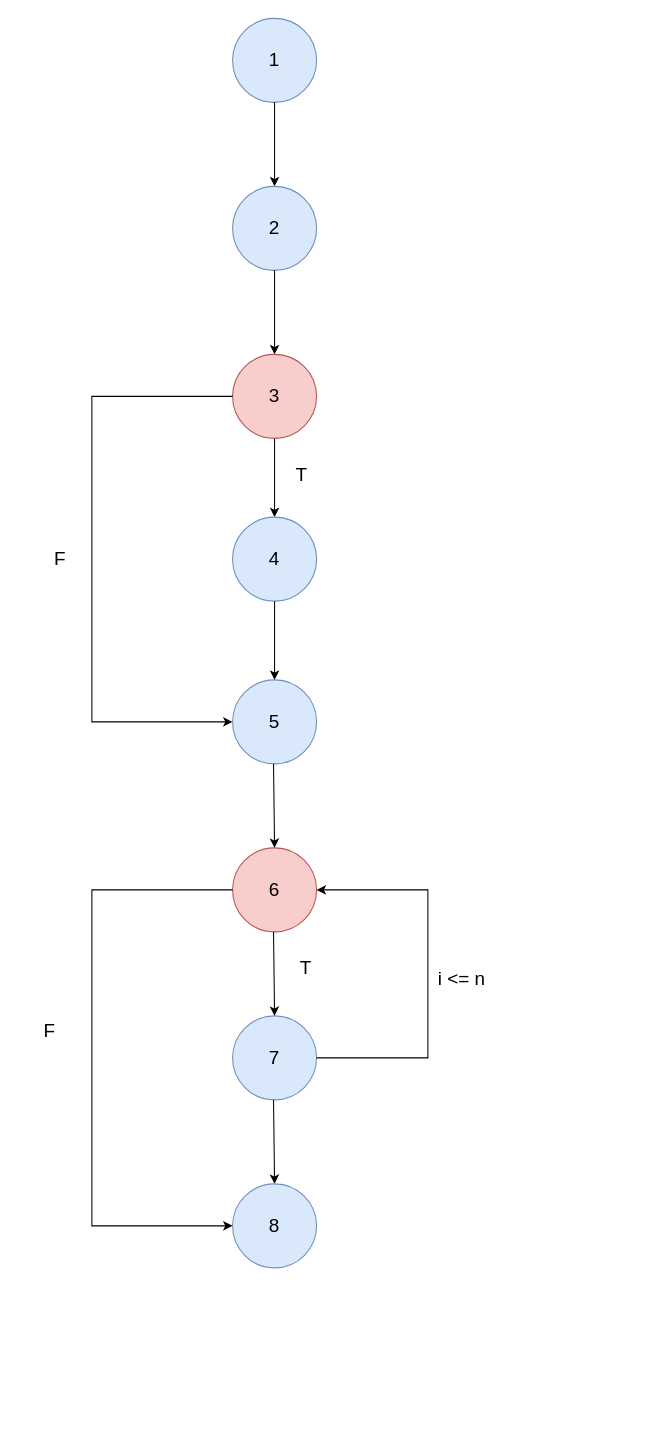
Earlier version of the draw.io diagram ContorDesenv/Grafos/grafo2.drawio (RubenAC1999/Clase). Source tidied: cells renumbered, new cells numbered last; positions are measured from the earlier drawing's top-left corner, leaving out a move shared by most shapes. Both pictures are drawn from the tidied source at 105%, with x=0, y=0 at pixel (18, 18).
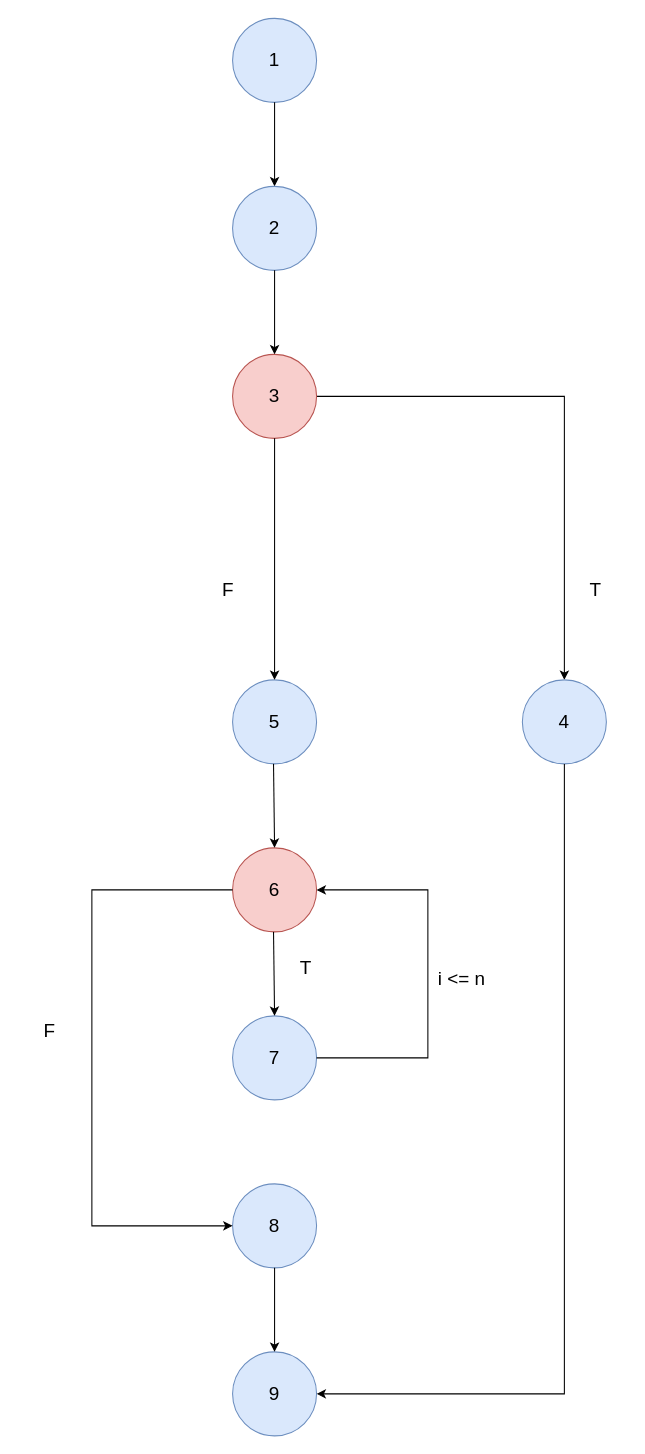
The same diagram, later.

Unchanged cells that the change refers to:
```xml
<mxCell id="6" value="&lt;font style=&quot;font-size: 18px;&quot;&gt;3&lt;/font&gt;" style="ellipse;whiteSpace=wrap;html=1;fillColor=#f8cecc;strokeColor=#b85450;" parent="1" vertex="1">
  <mxGeometry x="204" y="320" width="80" height="80" as="geometry" />
</mxCell>
<mxCell id="8" value="&lt;font style=&quot;font-size: 18px;&quot;&gt;5&lt;/font&gt;" style="ellipse;whiteSpace=wrap;html=1;fillColor=#dae8fc;strokeColor=#6c8ebf;" parent="1" vertex="1">
  <mxGeometry x="204" y="630" width="80" height="80" as="geometry" />
</mxCell>
<mxCell id="17" value="&lt;span style=&quot;font-size: 18px;&quot;&gt;8&lt;/span&gt;" style="ellipse;whiteSpace=wrap;html=1;fillColor=#dae8fc;strokeColor=#6c8ebf;" parent="1" vertex="1">
  <mxGeometry x="204" y="1110" width="80" height="80" as="geometry" />
</mxCell>
```

The edit, as a diff of the source:
```diff
@@
-    <mxCell id="2" style="endArrow=classic;html=1;rounded=0;exitX=0.5;exitY=1;exitDx=0;exitDy=0;entryX=0.5;entryY=0;entryDx=0;entryDy=0;" parent="1" edge="1" target="7">
+    <mxCell id="2" style="endArrow=classic;html=1;rounded=0;exitX=1;exitY=0.5;exitDx=0;exitDy=0;entryX=0.5;entryY=0;entryDx=0;entryDy=0;" parent="1" edge="1" source="6" target="7">
       <mxGeometry relative="1" as="geometry">
-        <mxPoint x="244" y="400" as="sourcePoint" />
+        <Array as="points">
+          <mxPoint x="520" y="360" />
+        </Array>
       </mxGeometry>
     </mxCell>
@@
     <mxCell id="7" value="&lt;font style=&quot;font-size: 18px;&quot;&gt;4&lt;/font&gt;" style="ellipse;whiteSpace=wrap;html=1;fillColor=#dae8fc;strokeColor=#6c8ebf;" parent="1" vertex="1">
-      <mxGeometry x="204" y="475" width="80" height="80" as="geometry" />
+      <mxGeometry x="480" y="630" width="80" height="80" as="geometry" />
     </mxCell>
@@
-    <mxCell id="11" style="endArrow=classic;html=1;rounded=0;exitX=0.5;exitY=1;exitDx=0;exitDy=0;entryX=0.5;entryY=0;entryDx=0;entryDy=0;" parent="1" edge="1">
-      <mxGeometry relative="1" as="geometry">
-        <mxPoint x="244" y="555" as="sourcePoint" />
-        <mxPoint x="244" y="630" as="targetPoint" />
-      </mxGeometry>
-    </mxCell>
@@
     <mxCell id="13" value="&lt;font style=&quot;font-size: 18px;&quot;&gt;T&lt;/font&gt;" style="text;html=1;strokeColor=none;fillColor=none;align=center;verticalAlign=middle;whiteSpace=wrap;rounded=0;" parent="1" vertex="1">
-      <mxGeometry x="240" y="420" width="60" height="30" as="geometry" />
+      <mxGeometry x="520" y="530" width="60" height="30" as="geometry" />
     </mxCell>
@@
-    <mxCell id="16" style="endArrow=classic;html=1;rounded=0;exitX=0.5;exitY=1;exitDx=0;exitDy=0;entryX=0.5;entryY=0;entryDx=0;entryDy=0;" parent="1" edge="1" target="17">
-      <mxGeometry relative="1" as="geometry">
-        <mxPoint x="243" y="1030" as="sourcePoint" />
-      </mxGeometry>
-    </mxCell>
@@
     <mxCell id="18" value="&lt;font style=&quot;font-size: 18px;&quot;&gt;F&lt;/font&gt;" style="text;html=1;strokeColor=none;fillColor=none;align=center;verticalAlign=middle;whiteSpace=wrap;rounded=0;" parent="1" vertex="1">
-      <mxGeometry x="10" y="500" width="60" height="30" as="geometry" />
+      <mxGeometry x="170" y="530" width="60" height="30" as="geometry" />
     </mxCell>
-    <mxCell id="19" style="endArrow=classic;html=1;rounded=0;exitX=0;exitY=0.5;exitDx=0;exitDy=0;entryX=0;entryY=0.5;entryDx=0;entryDy=0;" parent="1" edge="1" source="6" target="8">
-      <mxGeometry relative="1" as="geometry">
-        <Array as="points">
-          <mxPoint x="70" y="360" />
-          <mxPoint x="70" y="670" />
-        </Array>
-      </mxGeometry>
-    </mxCell>
@@
+    <mxCell id="19" style="endArrow=classic;html=1;rounded=0;exitX=0.5;exitY=1;exitDx=0;exitDy=0;entryX=0.5;entryY=0;entryDx=0;entryDy=0;" parent="1" edge="1" source="6" target="8">
+      <mxGeometry relative="1" as="geometry" />
+    </mxCell>
+    <mxCell id="25" value="&lt;span style=&quot;font-size: 18px;&quot;&gt;9&lt;/span&gt;" style="ellipse;whiteSpace=wrap;html=1;fillColor=#dae8fc;strokeColor=#6c8ebf;" parent="1" vertex="1">
+      <mxGeometry x="204" y="1270" width="80" height="80" as="geometry" />
+    </mxCell>
+    <mxCell id="26" style="endArrow=classic;html=1;rounded=0;exitX=0.5;exitY=1;exitDx=0;exitDy=0;entryX=1;entryY=0.5;entryDx=0;entryDy=0;" parent="1" edge="1" source="7" target="25">
+      <mxGeometry relative="1" as="geometry">
+        <Array as="points">
+          <mxPoint x="520" y="1310" />
+        </Array>
+      </mxGeometry>
+    </mxCell>
+    <mxCell id="27" style="endArrow=classic;html=1;rounded=0;exitX=0.5;exitY=1;exitDx=0;exitDy=0;entryX=0.5;entryY=0;entryDx=0;entryDy=0;" parent="1" edge="1" source="17" target="25">
+      <mxGeometry relative="1" as="geometry" />
+    </mxCell>
```
